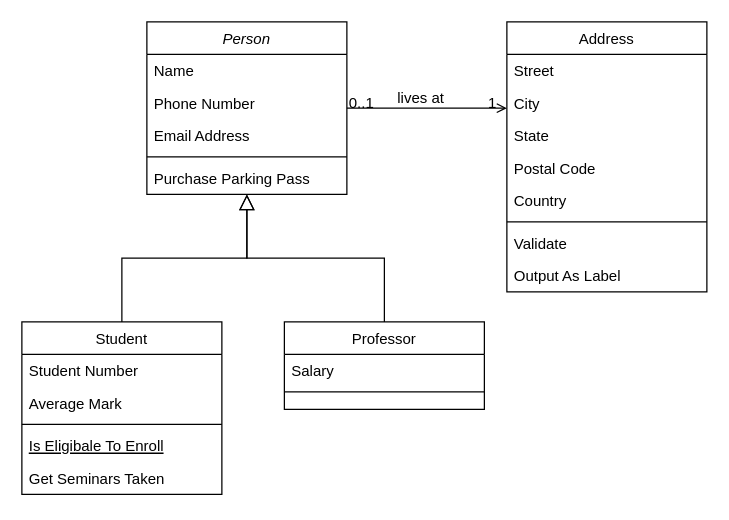
Above: Untitled Diagram.drawio in a1743107/hello-world (draw.io), before the change. Source tidied: cells renumbered, new cells numbered last; positions are measured from the earlier drawing's top-left corner, leaving out a move shared by most shapes. Both pictures are drawn from the tidied source at 125%, with x=0, y=0 at pixel (21, 21).
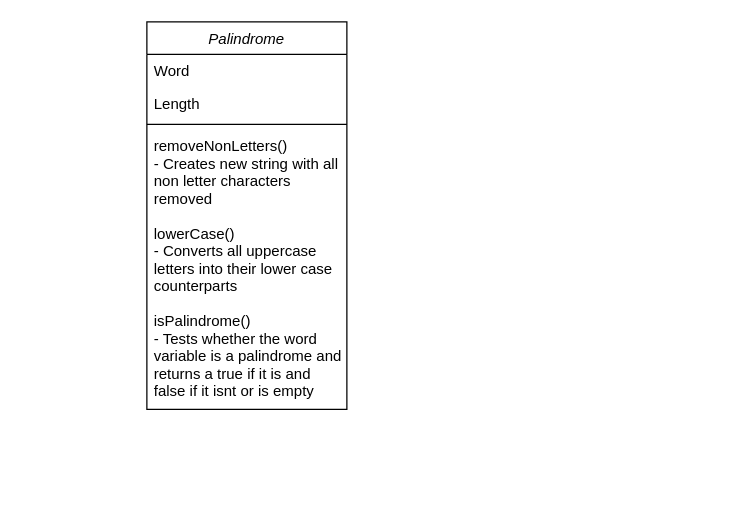
Above is the later version.

What changed in the source:
```diff
@@
-    <mxCell id="2" value="Person" style="swimlane;fontStyle=2;align=center;verticalAlign=top;horizontal=1;startSize=26;rounded=0;shadow=0;strokeWidth=1;" parent="1" vertex="1">
-      <mxGeometry x="100" width="160" height="138" as="geometry" />
+    <mxCell id="2" value="Palindrome" style="swimlane;fontStyle=2;align=center;verticalAlign=top;horizontal=1;startSize=26;rounded=0;shadow=0;strokeWidth=1;" parent="1" vertex="1">
+      <mxGeometry x="100" width="160" height="310" as="geometry" />
     </mxCell>
-    <mxCell id="3" value="Name" style="text;align=left;verticalAlign=top;spacingLeft=4;spacingRight=4;overflow=hidden;" parent="2" vertex="1">
+    <mxCell id="3" value="Word" style="text;align=left;verticalAlign=top;spacingLeft=4;spacingRight=4;overflow=hidden;" parent="2" vertex="1">
       <mxGeometry y="26" width="160" height="26" as="geometry" />
     </mxCell>
-    <mxCell id="4" value="Phone Number" style="text;align=left;verticalAlign=top;spacingLeft=4;spacingRight=4;overflow=hidden;rounded=0;shadow=0;html=0;" parent="2" vertex="1">
+    <mxCell id="4" value="Length" style="text;align=left;verticalAlign=top;spacingLeft=4;spacingRight=4;overflow=hidden;rounded=0;shadow=0;html=0;" parent="2" vertex="1">
       <mxGeometry y="52" width="160" height="26" as="geometry" />
     </mxCell>
-    <mxCell id="5" value="Email Address" style="text;align=left;verticalAlign=top;spacingLeft=4;spacingRight=4;overflow=hidden;rounded=0;shadow=0;html=0;" parent="2" vertex="1">
-      <mxGeometry y="78" width="160" height="26" as="geometry" />
-    </mxCell>
     <mxCell id="6" style="line;html=1;strokeWidth=1;align=left;verticalAlign=middle;spacingTop=-1;spacingLeft=3;spacingRight=3;labelPosition=right;" parent="2" vertex="1">
-      <mxGeometry y="104" width="160" height="8" as="geometry" />
+      <mxGeometry y="78" width="160" height="8" as="geometry" />
     </mxCell>
-    <mxCell id="7" value="Purchase Parking Pass" style="text;align=left;verticalAlign=top;spacingLeft=4;spacingRight=4;overflow=hidden;" parent="2" vertex="1">
-      <mxGeometry y="112" width="160" height="26" as="geometry" />
+    <mxCell id="7" value="removeNonLetters()&#10;- Creates new string with all&#10;non letter characters &#10;removed&#10;&#10;lowerCase()&#10;- Converts all uppercase &#10;letters into their lower case &#10;counterparts&#10;&#10;isPalindrome()&#10;- Tests whether the word &#10;variable is a palindrome and&#10;returns a true if it is and&#10;false if it isnt or is empty" style="text;align=left;verticalAlign=top;spacingLeft=4;spacingRight=4;overflow=hidden;" parent="2" vertex="1">
+      <mxGeometry y="86" width="160" height="224" as="geometry" />
     </mxCell>
-    <mxCell id="8" value="Student" style="swimlane;fontStyle=0;align=center;verticalAlign=top;horizontal=1;startSize=26;rounded=0;shadow=0;strokeWidth=1;" parent="1" vertex="1">
-      <mxGeometry y="240" width="160" height="138" as="geometry" />
-    </mxCell>
-    <mxCell id="9" value="Student Number" style="text;align=left;verticalAlign=top;spacingLeft=4;spacingRight=4;overflow=hidden;" parent="8" vertex="1">
-      <mxGeometry y="26" width="160" height="26" as="geometry" />
-    </mxCell>
-    <mxCell id="10" value="Average Mark" style="text;align=left;verticalAlign=top;spacingLeft=4;spacingRight=4;overflow=hidden;rounded=0;shadow=0;html=0;" parent="8" vertex="1">
-      <mxGeometry y="52" width="160" height="26" as="geometry" />
-    </mxCell>
-    <mxCell id="11" style="line;html=1;strokeWidth=1;align=left;verticalAlign=middle;spacingTop=-1;spacingLeft=3;spacingRight=3;labelPosition=right;" parent="8" vertex="1">
-      <mxGeometry y="78" width="160" height="8" as="geometry" />
-    </mxCell>
-    <mxCell id="12" value="Is Eligibale To Enroll" style="text;align=left;verticalAlign=top;spacingLeft=4;spacingRight=4;overflow=hidden;fontStyle=4;" parent="8" vertex="1">
-      <mxGeometry y="86" width="160" height="26" as="geometry" />
-    </mxCell>
-    <mxCell id="13" value="Get Seminars Taken" style="text;align=left;verticalAlign=top;spacingLeft=4;spacingRight=4;overflow=hidden;" parent="8" vertex="1">
-      <mxGeometry y="112" width="160" height="26" as="geometry" />
-    </mxCell>
-    <mxCell id="14" style="endArrow=block;endSize=10;endFill=0;shadow=0;strokeWidth=1;rounded=0;edgeStyle=elbowEdgeStyle;elbow=vertical;" parent="1" edge="1" source="8" target="2">
-      <mxGeometry relative="1" as="geometry" />
-    </mxCell>
-    <mxCell id="15" value="Professor" style="swimlane;fontStyle=0;align=center;verticalAlign=top;horizontal=1;startSize=26;rounded=0;shadow=0;strokeWidth=1;" parent="1" vertex="1">
-      <mxGeometry x="210" y="240" width="160" height="70" as="geometry" />
-    </mxCell>
-    <mxCell id="16" value="Salary" style="text;align=left;verticalAlign=top;spacingLeft=4;spacingRight=4;overflow=hidden;" parent="15" vertex="1">
-      <mxGeometry y="26" width="160" height="26" as="geometry" />
-    </mxCell>
-    <mxCell id="17" style="line;html=1;strokeWidth=1;align=left;verticalAlign=middle;spacingTop=-1;spacingLeft=3;spacingRight=3;labelPosition=right;" parent="15" vertex="1">
-      <mxGeometry y="52" width="160" height="8" as="geometry" />
-    </mxCell>
-    <mxCell id="18" style="endArrow=block;endSize=10;endFill=0;shadow=0;strokeWidth=1;rounded=0;edgeStyle=elbowEdgeStyle;elbow=vertical;" parent="1" edge="1" source="15" target="2">
-      <mxGeometry relative="1" as="geometry" />
-    </mxCell>
-    <mxCell id="19" value="Address" style="swimlane;fontStyle=0;align=center;verticalAlign=top;horizontal=1;startSize=26;rounded=0;shadow=0;strokeWidth=1;" parent="1" vertex="1">
-      <mxGeometry x="388" width="160" height="216" as="geometry" />
-    </mxCell>
-    <mxCell id="20" value="Street" style="text;align=left;verticalAlign=top;spacingLeft=4;spacingRight=4;overflow=hidden;" parent="19" vertex="1">
-      <mxGeometry y="26" width="160" height="26" as="geometry" />
-    </mxCell>
-    <mxCell id="21" value="City" style="text;align=left;verticalAlign=top;spacingLeft=4;spacingRight=4;overflow=hidden;rounded=0;shadow=0;html=0;" parent="19" vertex="1">
-      <mxGeometry y="52" width="160" height="26" as="geometry" />
-    </mxCell>
-    <mxCell id="22" value="State" style="text;align=left;verticalAlign=top;spacingLeft=4;spacingRight=4;overflow=hidden;rounded=0;shadow=0;html=0;" parent="19" vertex="1">
-      <mxGeometry y="78" width="160" height="26" as="geometry" />
-    </mxCell>
-    <mxCell id="23" value="Postal Code" style="text;align=left;verticalAlign=top;spacingLeft=4;spacingRight=4;overflow=hidden;rounded=0;shadow=0;html=0;" parent="19" vertex="1">
-      <mxGeometry y="104" width="160" height="26" as="geometry" />
-    </mxCell>
-    <mxCell id="24" value="Country" style="text;align=left;verticalAlign=top;spacingLeft=4;spacingRight=4;overflow=hidden;rounded=0;shadow=0;html=0;" parent="19" vertex="1">
-      <mxGeometry y="130" width="160" height="26" as="geometry" />
-    </mxCell>
-    <mxCell id="25" style="line;html=1;strokeWidth=1;align=left;verticalAlign=middle;spacingTop=-1;spacingLeft=3;spacingRight=3;labelPosition=right;" parent="19" vertex="1">
-      <mxGeometry y="156" width="160" height="8" as="geometry" />
-    </mxCell>
-    <mxCell id="26" value="Validate" style="text;align=left;verticalAlign=top;spacingLeft=4;spacingRight=4;overflow=hidden;" parent="19" vertex="1">
-      <mxGeometry y="164" width="160" height="26" as="geometry" />
-    </mxCell>
-    <mxCell id="27" value="Output As Label" style="text;align=left;verticalAlign=top;spacingLeft=4;spacingRight=4;overflow=hidden;" parent="19" vertex="1">
-      <mxGeometry y="190" width="160" height="26" as="geometry" />
-    </mxCell>
-    <mxCell id="28" style="endArrow=open;shadow=0;strokeWidth=1;strokeColor=#000000;rounded=0;endFill=1;edgeStyle=elbowEdgeStyle;elbow=vertical;" parent="1" edge="1" source="2" target="19">
-      <mxGeometry x="0.5" y="41" relative="1" as="geometry">
-        <mxPoint x="-40" y="32" as="offset" />
-      </mxGeometry>
-    </mxCell>
-    <mxCell id="29" value="0..1" style="align=left;verticalAlign=bottom;labelBackgroundColor=none;fontSize=12;" parent="28" vertex="1">
-      <mxGeometry x="-1" relative="1" as="geometry">
-        <mxPoint y="4" as="offset" />
-      </mxGeometry>
-    </mxCell>
-    <mxCell id="30" value="1" style="align=right;verticalAlign=bottom;labelBackgroundColor=none;fontSize=12;" parent="28" vertex="1">
-      <mxGeometry x="1" relative="1" as="geometry">
-        <mxPoint x="-7" y="4" as="offset" />
-      </mxGeometry>
-    </mxCell>
-    <mxCell id="31" value="lives at" style="text;html=1;align=center;verticalAlign=middle;labelBackgroundColor=none;rounded=0;shadow=0;strokeWidth=1;fontSize=12;" parent="28" vertex="1">
-      <mxGeometry x="0.5" y="49" relative="1" as="geometry">
-        <mxPoint x="-38" y="40" as="offset" />
-      </mxGeometry>
-    </mxCell>
```
